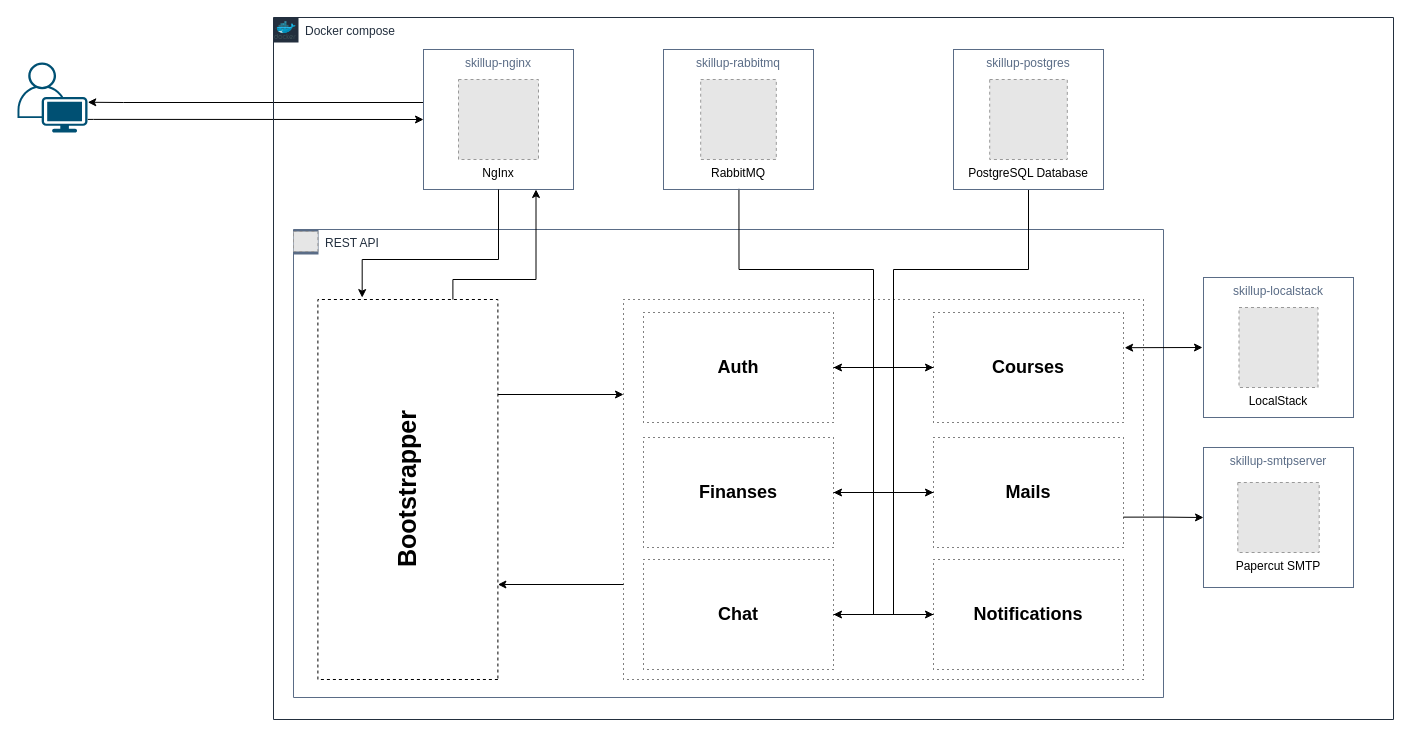
Earlier version of the draw.io diagram page "Application-Dev" (2 of 3) of src/documentation/graphs.drawio (FriZiii/SkillUp). Source tidied: cells renumbered, new cells numbered last; positions are measured from the earlier drawing's top-left corner, leaving out a move shared by most shapes. Both pictures are drawn from the tidied source at 100%, with x=0, y=0 at pixel (17, 17). Pictures stored in the file or linked from it are replaced by grey dashed boxes.
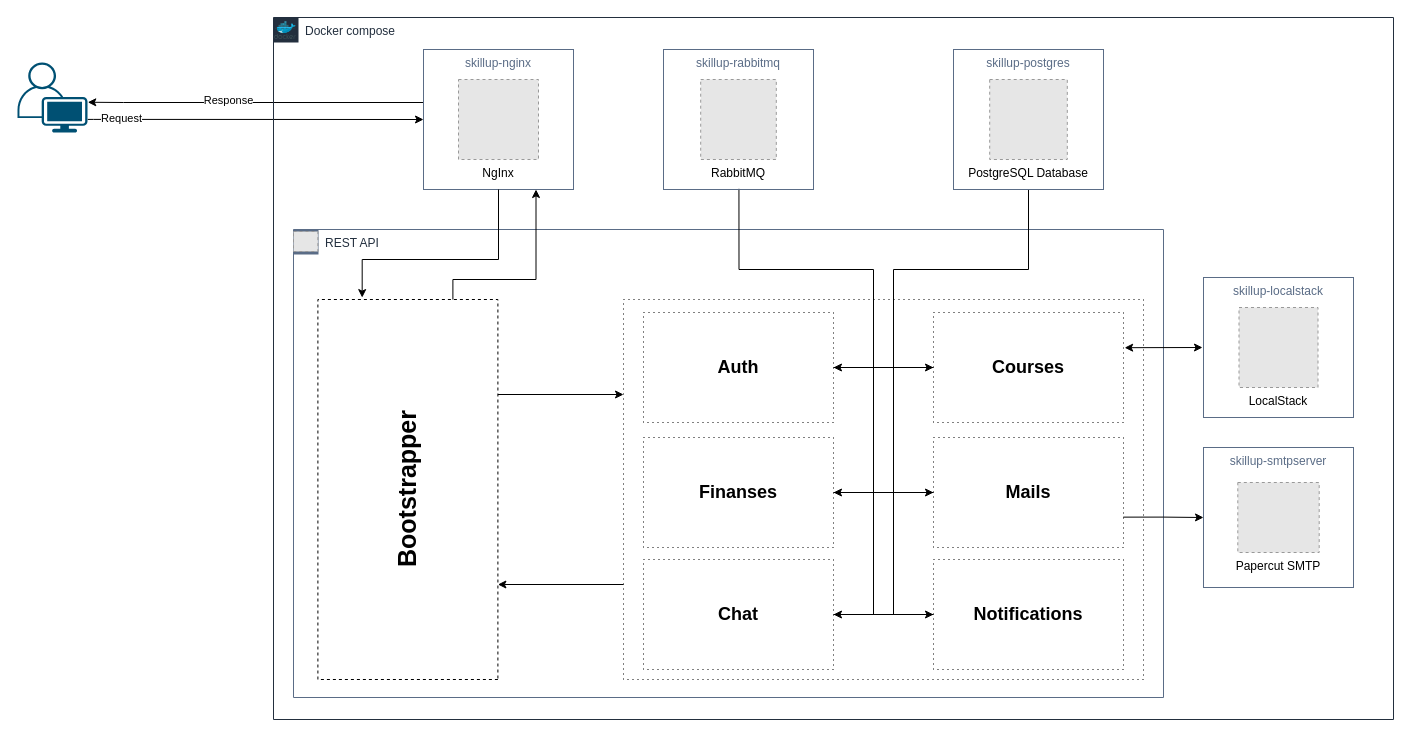
The same page after the edit.

Unchanged cells that the change refers to:
```xml
<mxCell id="3" style="edgeStyle=orthogonalEdgeStyle;rounded=0;jettySize=auto;html=1;entryX=0;entryY=0.5;entryDx=0;entryDy=0;exitX=1.004;exitY=0.813;exitDx=0;exitDy=0;exitPerimeter=0;" parent="1" edge="1" source="2" target="7">
  <mxGeometry relative="1" as="geometry">
    <Array as="points">
      <mxPoint x="76" y="102" />
    </Array>
  </mxGeometry>
</mxCell>
<mxCell id="4" style="edgeStyle=orthogonalEdgeStyle;rounded=0;jettySize=auto;html=1;exitX=0;exitY=0.25;exitDx=0;exitDy=0;entryX=1.004;entryY=0.568;entryDx=0;entryDy=0;entryPerimeter=0;" parent="1" edge="1" source="7" target="2">
  <mxGeometry relative="1" as="geometry">
    <Array as="points">
      <mxPoint x="406" y="85" />
      <mxPoint x="106" y="85" />
    </Array>
  </mxGeometry>
</mxCell>
```

Diff of the diagram source:
```diff
@@
+    <mxCell id="44" value="Request" style="edgeLabel;html=1;align=center;verticalAlign=middle;" parent="3" vertex="1">
+      <mxGeometry x="-0.7" y="4" relative="1" as="geometry">
+        <mxPoint x="-17" y="3" as="offset" />
+      </mxGeometry>
+    </mxCell>
@@
+    <mxCell id="45" value="Response" style="edgeLabel;html=1;align=center;verticalAlign=middle;" parent="4" vertex="1">
+      <mxGeometry x="0.21" y="-3" relative="1" as="geometry" />
+    </mxCell>
```
